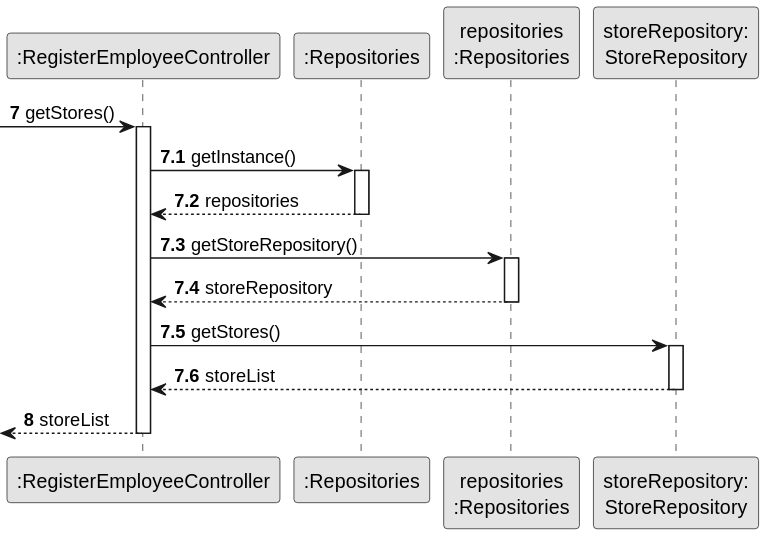
Above: docs/sprintD/us003/03.design/svg/us003-sequence-diagram-partial-get-stores-list.svg in Shushizinho/RealEstateUSASystem (PlantUML), before the change. Source of this version:
```plantuml
@startuml
skinparam monochrome true
skinparam packageStyle rectangle
skinparam shadowing false

autonumber 7

participant ":RegisterEmployeeController" as CTRL
participant ":Repositories" as RepositorySingleton
participant "repositories\n:Repositories" as PLAT
participant "storeRepository:\nStoreRepository" as STRR



          -> CTRL : getStores()
                    activate CTRL
                    autonumber 7.1
                            CTRL -> RepositorySingleton : getInstance()
                            activate RepositorySingleton

                                RepositorySingleton --> CTRL: repositories
                            deactivate RepositorySingleton

                            CTRL -> PLAT : getStoreRepository()
                            activate PLAT

                                PLAT --> CTRL : storeRepository
                            deactivate PLAT

                            CTRL -> STRR : getStores()
                            activate STRR

                                STRR --> CTRL : storeList

                            deactivate STRR

                        autonumber 8
                        <-- CTRL : storeList

                        deactivate CTRL
@enduml
```
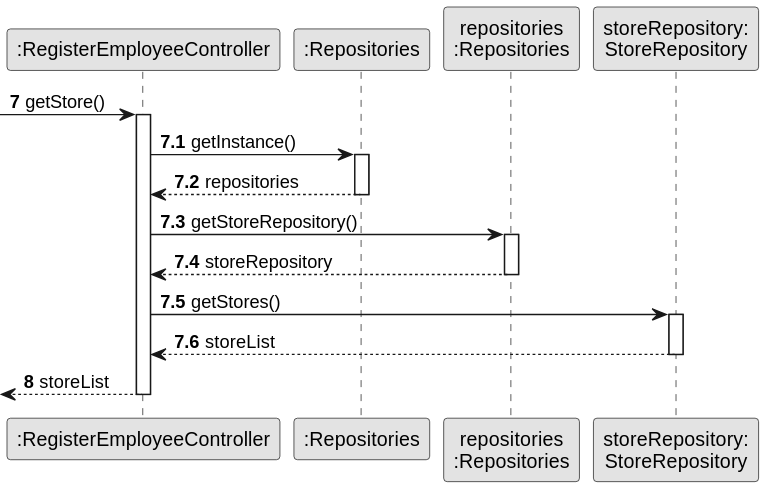
The same file after the commit.

The edit, as a diff of the source:
```diff
@@ -12,7 +12,7 @@
 
 
 
-          -> CTRL : getStores()
+          -> CTRL : getStore()
                     activate CTRL
                     autonumber 7.1
                             CTRL -> RepositorySingleton : getInstance()
```
